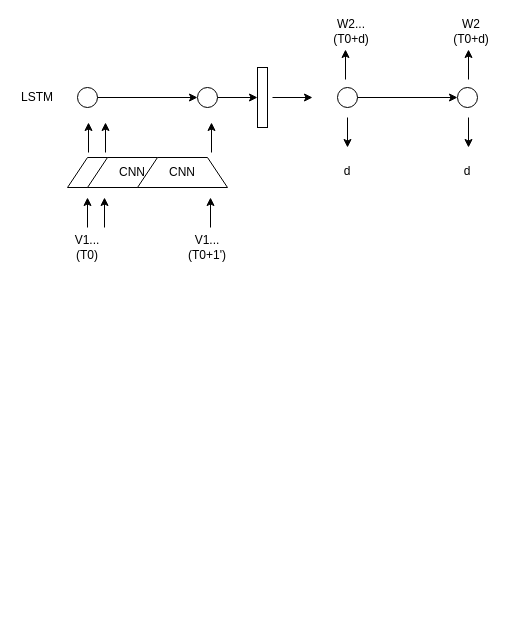
This is aiprofres1.drawio from cerisara/draws, a draw.io file, before an edit. Source tidied: cells renumbered, new cells numbered last; positions are measured from the earlier drawing's top-left corner, leaving out a move shared by most shapes. Both pictures are drawn from the tidied source at 100%, with x=0, y=0 at pixel (17, 21).
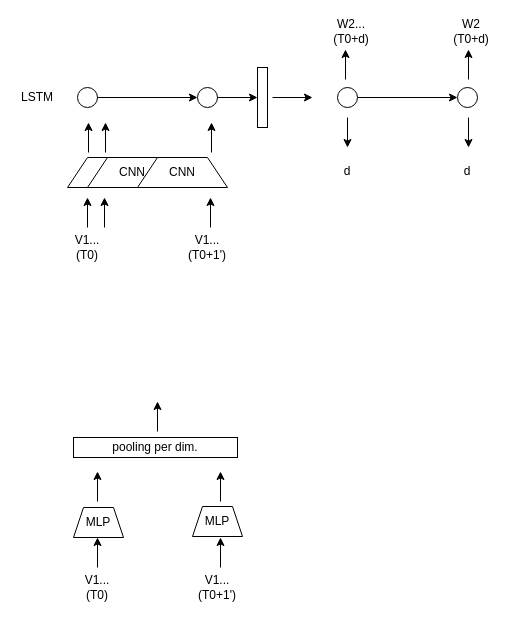
The same page after the edit.

Diff of the diagram source:
```diff
@@
+    <mxCell id="31" style="endArrow=classic;html=1;" parent="1" edge="1">
+      <mxGeometry relative="1" as="geometry">
+        <mxPoint x="80" y="546" as="sourcePoint" />
+        <mxPoint x="80" y="516" as="targetPoint" />
+      </mxGeometry>
+    </mxCell>
+    <mxCell id="32" style="endArrow=classic;html=1;" parent="1" edge="1">
+      <mxGeometry relative="1" as="geometry">
+        <mxPoint x="203" y="546" as="sourcePoint" />
+        <mxPoint x="203" y="516" as="targetPoint" />
+      </mxGeometry>
+    </mxCell>
+    <mxCell id="33" value="V1... (T0)" style="text;html=1;strokeColor=none;fillColor=none;align=center;verticalAlign=middle;whiteSpace=wrap;rounded=0;" parent="1" vertex="1">
+      <mxGeometry x="60" y="556" width="40" height="20" as="geometry" />
+    </mxCell>
+    <mxCell id="34" value="V1... (T0+1')" style="text;html=1;strokeColor=none;fillColor=none;align=center;verticalAlign=middle;whiteSpace=wrap;rounded=0;" parent="1" vertex="1">
+      <mxGeometry x="180" y="556" width="40" height="20" as="geometry" />
+    </mxCell>
+    <mxCell id="35" value="MLP" style="shape=trapezoid;perimeter=trapezoidPerimeter;whiteSpace=wrap;html=1;fixedSize=1;size=10;" parent="1" vertex="1">
+      <mxGeometry x="175" y="485" width="50" height="30" as="geometry" />
+    </mxCell>
+    <mxCell id="36" value="MLP" style="shape=trapezoid;perimeter=trapezoidPerimeter;whiteSpace=wrap;html=1;fixedSize=1;size=10;" parent="1" vertex="1">
+      <mxGeometry x="56" y="486" width="50" height="30" as="geometry" />
+    </mxCell>
+    <mxCell id="37" style="endArrow=classic;html=1;" parent="1" edge="1">
+      <mxGeometry relative="1" as="geometry">
+        <mxPoint x="80" y="480" as="sourcePoint" />
+        <mxPoint x="80" y="450" as="targetPoint" />
+      </mxGeometry>
+    </mxCell>
+    <mxCell id="38" style="endArrow=classic;html=1;" parent="1" edge="1">
+      <mxGeometry relative="1" as="geometry">
+        <mxPoint x="203" y="480" as="sourcePoint" />
+        <mxPoint x="203" y="450" as="targetPoint" />
+      </mxGeometry>
+    </mxCell>
+    <mxCell id="39" value="pooling per dim." style="rounded=0;whiteSpace=wrap;html=1;" parent="1" vertex="1">
+      <mxGeometry x="56" y="416" width="164" height="20" as="geometry" />
+    </mxCell>
+    <mxCell id="40" style="endArrow=classic;html=1;" parent="1" edge="1">
+      <mxGeometry relative="1" as="geometry">
+        <mxPoint x="140" y="410" as="sourcePoint" />
+        <mxPoint x="140" y="380" as="targetPoint" />
+      </mxGeometry>
+    </mxCell>
```
